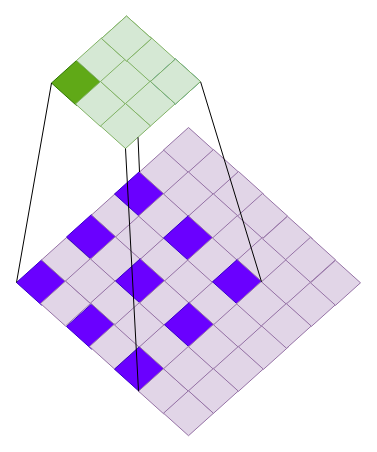
Above: 卷积核工作示意图2.drawio in gitofding/first_repository (draw.io), before the change. Source tidied: cells renumbered, new cells numbered last; positions are measured from the earlier drawing's top-left corner, leaving out a move shared by most shapes. Both pictures are drawn from the tidied source at 100%, with x=0, y=0 at pixel (16, 16).
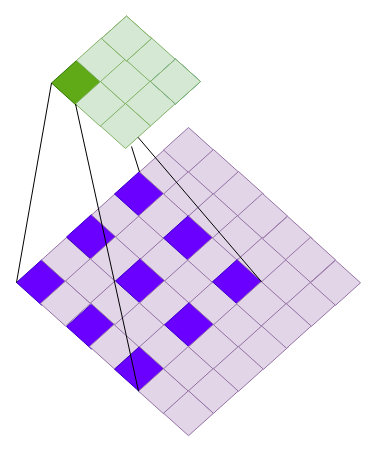
The same diagram, later.

Commit message (it also covers changes not shown here):
Update 卷积核工作示意图2.drawio

The change refers to these unchanged cells:
```xml
<mxCell id="7" style="rhombus;whiteSpace=wrap;html=1;fillColor=#e1d5e7;strokeColor=#9673a6;" parent="1" vertex="1">
  <mxGeometry x="123" y="133" width="50" height="45" as="geometry" />
</mxCell>
<mxCell id="37" style="rhombus;whiteSpace=wrap;html=1;fillColor=#e1d5e7;strokeColor=#9673a6;" parent="1" vertex="1">
  <mxGeometry x="122" y="352.2" width="50" height="45" as="geometry" />
</mxCell>
<mxCell id="42" style="rhombus;whiteSpace=wrap;html=1;fillColor=#e1d5e7;strokeColor=#9673a6;" parent="1" vertex="1">
  <mxGeometry x="245" y="242.8" width="50" height="45" as="geometry" />
</mxCell>
<mxCell id="53" style="rhombus;whiteSpace=wrap;html=1;fillColor=#d5e8d4;strokeColor=#82b366;" parent="1" vertex="1">
  <mxGeometry x="59" y="65" width="50" height="45" as="geometry" />
</mxCell>
<mxCell id="57" style="rhombus;whiteSpace=wrap;html=1;fillColor=#b1ddf0;strokeColor=#10739e;" parent="1" vertex="1">
  <mxGeometry x="134" y="42.5" width="50" height="45" as="geometry" />
</mxCell>
<mxCell id="58" style="rhombus;whiteSpace=wrap;html=1;fillColor=#d5e8d4;strokeColor=#82b366;" parent="1" vertex="1">
  <mxGeometry x="84" y="87" width="50" height="45" as="geometry" />
</mxCell>
```

The edit, as a diff of the source:
```diff
@@
-    <mxCell id="60" style="endArrow=none;html=1;rounded=0;entryX=0.5;entryY=1;entryDx=0;entryDy=0;exitX=0;exitY=0.5;exitDx=0;exitDy=0;" parent="1" edge="1" source="37" target="58">
+    <mxCell id="60" style="endArrow=none;html=1;rounded=0;entryX=0;entryY=0.5;entryDx=0;entryDy=0;exitX=0;exitY=0.5;exitDx=0;exitDy=0;" parent="1" edge="1" source="37" target="53">
       <mxGeometry relative="1" as="geometry" />
     </mxCell>
-    <mxCell id="61" style="endArrow=none;html=1;rounded=0;entryX=1;entryY=0.5;entryDx=0;entryDy=0;exitX=0;exitY=0.5;exitDx=0;exitDy=0;" parent="1" edge="1" source="42" target="57">
+    <mxCell id="61" style="endArrow=none;html=1;rounded=0;entryX=1;entryY=1;entryDx=0;entryDy=0;exitX=0;exitY=0.5;exitDx=0;exitDy=0;" parent="1" edge="1" source="42" target="58">
       <mxGeometry relative="1" as="geometry" />
     </mxCell>
-    <mxCell id="62" style="endArrow=none;html=1;rounded=0;exitX=0;exitY=0.5;exitDx=0;exitDy=0;entryX=1;entryY=1;entryDx=0;entryDy=0;" parent="1" edge="1" source="7" target="58">
-      <mxGeometry relative="1" as="geometry" />
+    <mxCell id="62" style="endArrow=none;html=1;rounded=0;exitX=0;exitY=0.5;exitDx=0;exitDy=0;" parent="1" edge="1" source="7">
+      <mxGeometry relative="1" as="geometry">
+        <mxPoint x="115" y="130" as="targetPoint" />
+      </mxGeometry>
     </mxCell>
```
